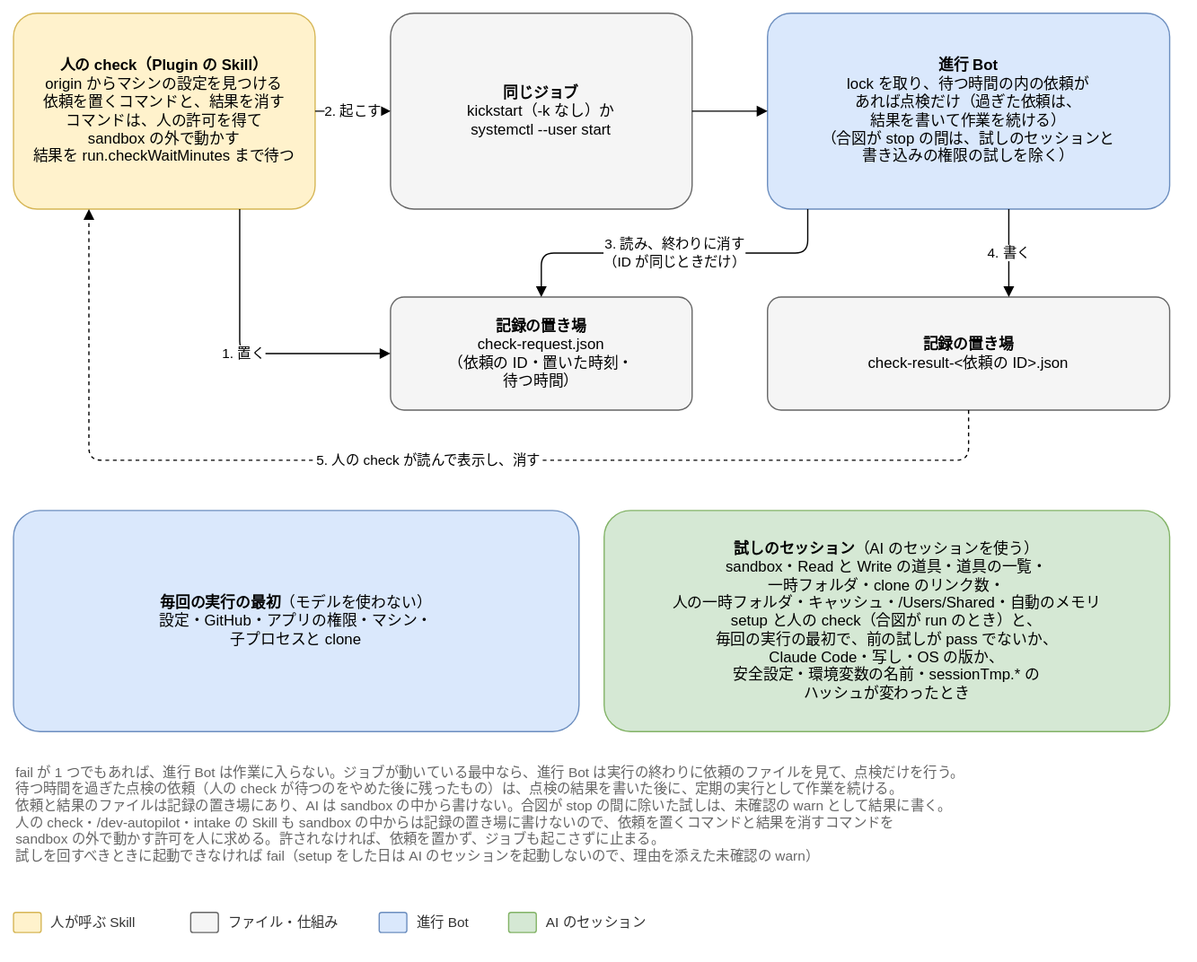
Earlier version of the draw.io export docs/design/basic/diagrams/04-check.drawio.svg (Joymerrevent/dev-autopilot). Source tidied: cells renumbered, new cells last; positions are measured from the earlier drawing's top-left corner, leaving out a move shared by most shapes.
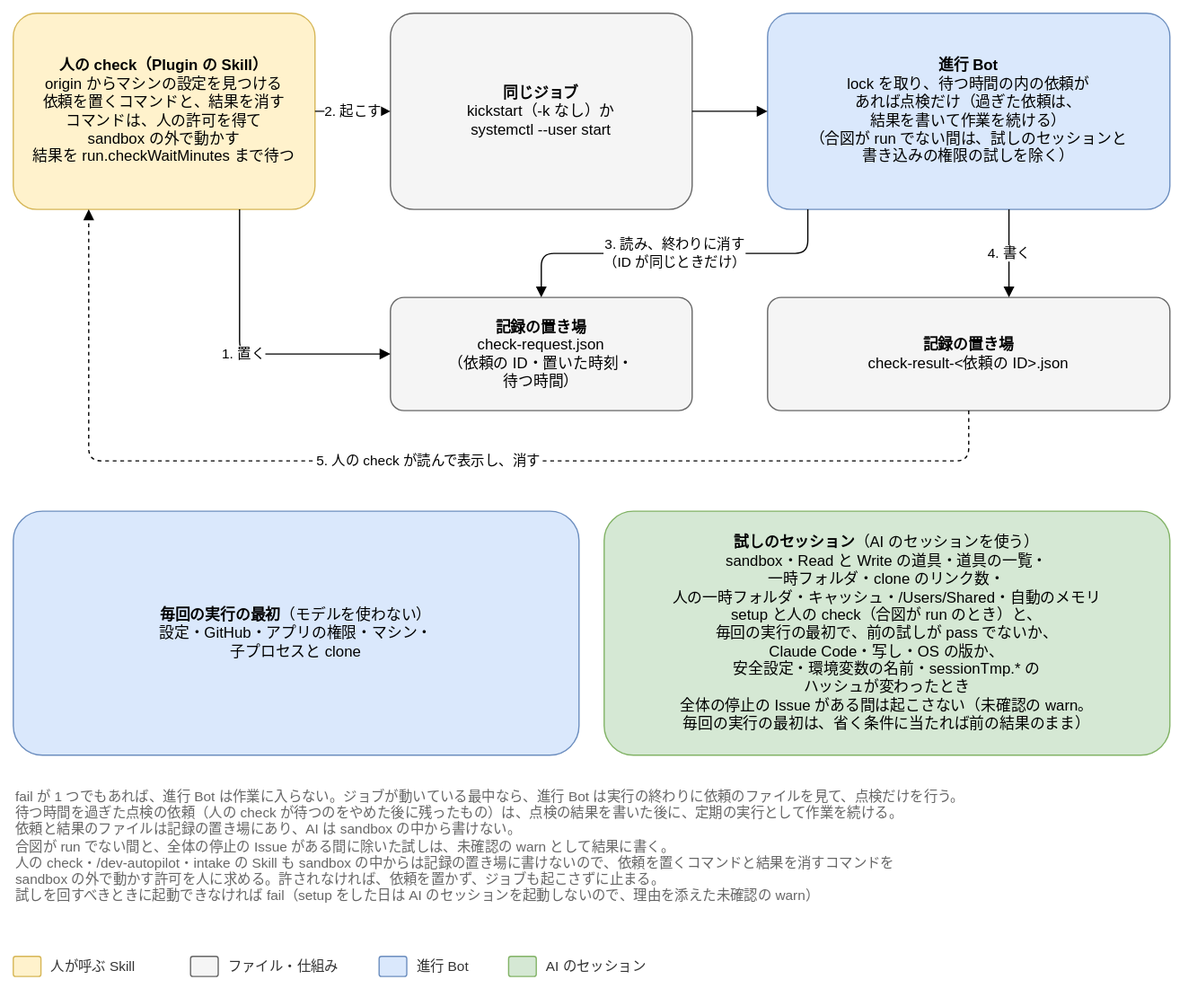
After the change.

Diff of the diagram source:
```diff
@@ -8,7 +8,7 @@
     <mxCell id="3" value="&lt;b&gt;同じジョブ&lt;/b&gt;&lt;br&gt;kickstart（-k なし）か&lt;br&gt;systemctl --user start" style="rounded=1;whiteSpace=wrap;html=1;fontSize=12;arcSize=12;spacing=12;fillColor=#f5f5f5;strokeColor=#666666;" parent="1" vertex="1">
       <mxGeometry x="300" width="240" height="156" as="geometry" />
     </mxCell>
-    <mxCell id="4" value="&lt;b&gt;進行 Bot&lt;/b&gt;&lt;br&gt;lock を取り、待つ時間の内の依頼が&lt;br&gt;あれば点検だけ（過ぎた依頼は、&lt;br&gt;結果を書いて作業を続ける）&lt;br&gt;（合図が stop の間は、試しのセッションと&lt;br&gt;書き込みの権限の試しを除く）" style="rounded=1;whiteSpace=wrap;html=1;fontSize=12;arcSize=12;spacing=12;fillColor=#dae8fc;strokeColor=#6c8ebf;" parent="1" vertex="1">
+    <mxCell id="4" value="&lt;b&gt;進行 Bot&lt;/b&gt;&lt;br&gt;lock を取り、待つ時間の内の依頼が&lt;br&gt;あれば点検だけ（過ぎた依頼は、&lt;br&gt;結果を書いて作業を続ける）&lt;br&gt;（合図が run でない間は、試しのセッションと&lt;br&gt;書き込みの権限の試しを除く）" style="rounded=1;whiteSpace=wrap;html=1;fontSize=12;arcSize=12;spacing=12;fillColor=#dae8fc;strokeColor=#6c8ebf;" parent="1" vertex="1">
       <mxGeometry x="600" width="320" height="156" as="geometry" />
     </mxCell>
     <mxCell id="5" value="&lt;b&gt;記録の置き場&lt;/b&gt;&lt;br&gt;check-request.json&lt;br&gt;（依頼の ID・置いた時刻・&lt;br&gt;待つ時間）" style="rounded=1;whiteSpace=wrap;html=1;fontSize=12;arcSize=12;spacing=12;fillColor=#f5f5f5;strokeColor=#666666;" parent="1" vertex="1">
@@ -46,37 +46,37 @@
       </mxGeometry>
     </mxCell>
     <mxCell id="13" value="&lt;b&gt;毎回の実行の最初&lt;/b&gt;（モデルを使わない）&lt;br&gt;設定・GitHub・アプリの権限・マシン・&lt;br&gt;子プロセスと clone" style="rounded=1;whiteSpace=wrap;html=1;fontSize=12;arcSize=12;spacing=12;fillColor=#dae8fc;strokeColor=#6c8ebf;" parent="1" vertex="1">
-      <mxGeometry y="396" width="450" height="176" as="geometry" />
+      <mxGeometry y="396" width="450" height="194" as="geometry" />
     </mxCell>
-    <mxCell id="14" value="&lt;b&gt;試しのセッション&lt;/b&gt;（AI のセッションを使う）&lt;br&gt;sandbox・Read と Write の道具・道具の一覧・&lt;br&gt;一時フォルダ・clone のリンク数・&lt;br&gt;人の一時フォルダ・キャッシュ・/Users/Shared・自動のメモリ&lt;br&gt;setup と人の check（合図が run のとき）と、&lt;br&gt;毎回の実行の最初で、前の試しが pass でないか、&lt;br&gt;Claude Code・写し・OS の版か、&lt;br&gt;安全設定・環境変数の名前・sessionTmp.* の&lt;br&gt;ハッシュが変わったとき" style="rounded=1;whiteSpace=wrap;html=1;fontSize=12;arcSize=12;spacing=12;fillColor=#d5e8d4;strokeColor=#82b366;" parent="1" vertex="1">
-      <mxGeometry x="470" y="396" width="450" height="176" as="geometry" />
+    <mxCell id="14" value="&lt;b&gt;試しのセッション&lt;/b&gt;（AI のセッションを使う）&lt;br&gt;sandbox・Read と Write の道具・道具の一覧・&lt;br&gt;一時フォルダ・clone のリンク数・&lt;br&gt;人の一時フォルダ・キャッシュ・/Users/Shared・自動のメモリ&lt;br&gt;setup と人の check（合図が run のとき）と、&lt;br&gt;毎回の実行の最初で、前の試しが pass でないか、&lt;br&gt;Claude Code・写し・OS の版か、&lt;br&gt;安全設定・環境変数の名前・sessionTmp.* の&lt;br&gt;ハッシュが変わったとき&lt;br&gt;全体の停止の Issue がある間は起こさない（未確認の warn。&lt;br&gt;毎回の実行の最初は、省く条件に当たれば前の結果のまま）" style="rounded=1;whiteSpace=wrap;html=1;fontSize=12;arcSize=12;spacing=12;fillColor=#d5e8d4;strokeColor=#82b366;" parent="1" vertex="1">
+      <mxGeometry x="470" y="396" width="450" height="194" as="geometry" />
     </mxCell>
-    <mxCell id="15" value="fail が 1 つでもあれば、進行 Bot は作業に入らない。ジョブが動いている最中なら、進行 Bot は実行の終わりに依頼のファイルを見て、点検だけを行う。&lt;br&gt;待つ時間を過ぎた点検の依頼（人の check が待つのをやめた後に残ったもの）は、点検の結果を書いた後に、定期の実行として作業を続ける。&lt;br&gt;依頼と結果のファイルは記録の置き場にあり、AI は sandbox の中から書けない。合図が stop の間に除いた試しは、未確認の warn として結果に書く。&lt;br&gt;人の check・/dev-autopilot・intake の Skill も sandbox の中からは記録の置き場に書けないので、依頼を置くコマンドと結果を消すコマンドを&lt;br&gt;sandbox の外で動かす許可を人に求める。許されなければ、依頼を置かず、ジョブも起こさずに止まる。&lt;br&gt;試しを回すべきときに起動できなければ fail（setup をした日は AI のセッションを起動しないので、理由を添えた未確認の warn）" style="text;html=1;whiteSpace=wrap;align=left;verticalAlign=top;fontSize=11;fontColor=#666666;" parent="1" vertex="1">
-      <mxGeometry y="592" width="920" height="106" as="geometry" />
+    <mxCell id="15" value="fail が 1 つでもあれば、進行 Bot は作業に入らない。ジョブが動いている最中なら、進行 Bot は実行の終わりに依頼のファイルを見て、点検だけを行う。&lt;br&gt;待つ時間を過ぎた点検の依頼（人の check が待つのをやめた後に残ったもの）は、点検の結果を書いた後に、定期の実行として作業を続ける。&lt;br&gt;依頼と結果のファイルは記録の置き場にあり、AI は sandbox の中から書けない。&lt;br&gt;合図が run でない間と、全体の停止の Issue がある間に除いた試しは、未確認の warn として結果に書く。&lt;br&gt;人の check・/dev-autopilot・intake の Skill も sandbox の中からは記録の置き場に書けないので、依頼を置くコマンドと結果を消すコマンドを&lt;br&gt;sandbox の外で動かす許可を人に求める。許されなければ、依頼を置かず、ジョブも起こさずに止まる。&lt;br&gt;試しを回すべきときに起動できなければ fail（setup をした日は AI のセッションを起動しないので、理由を添えた未確認の warn）" style="text;html=1;whiteSpace=wrap;align=left;verticalAlign=top;fontSize=11;fontColor=#666666;" parent="1" vertex="1">
+      <mxGeometry y="610" width="920" height="122" as="geometry" />
     </mxCell>
     <mxCell id="16" style="rounded=1;whiteSpace=wrap;html=1;fontSize=12;arcSize=12;spacing=12;fillColor=#fff2cc;strokeColor=#d6b656;" parent="1" vertex="1">
-      <mxGeometry y="716" width="22" height="16" as="geometry" />
+      <mxGeometry y="750" width="22" height="16" as="geometry" />
     </mxCell>
     <mxCell id="17" value="人が呼ぶ Skill" style="text;html=1;align=left;verticalAlign=middle;fontSize=11;fontColor=#333333;" parent="1" vertex="1">
-      <mxGeometry x="28" y="714" width="97" height="20" as="geometry" />
+      <mxGeometry x="28" y="748" width="97" height="20" as="geometry" />
     </mxCell>
     <mxCell id="18" style="rounded=1;whiteSpace=wrap;html=1;fontSize=12;arcSize=12;spacing=12;fillColor=#f5f5f5;strokeColor=#666666;" parent="1" vertex="1">
-      <mxGeometry x="141" y="716" width="22" height="16" as="geometry" />
+      <mxGeometry x="141" y="750" width="22" height="16" as="geometry" />
     </mxCell>
     <mxCell id="19" value="ファイル・仕組み" style="text;html=1;align=left;verticalAlign=middle;fontSize=11;fontColor=#333333;" parent="1" vertex="1">
-      <mxGeometry x="169" y="714" width="106" height="20" as="geometry" />
+      <mxGeometry x="169" y="748" width="106" height="20" as="geometry" />
     </mxCell>
     <mxCell id="20" style="rounded=1;whiteSpace=wrap;html=1;fontSize=12;arcSize=12;spacing=12;fillColor=#dae8fc;strokeColor=#6c8ebf;" parent="1" vertex="1">
-      <mxGeometry x="291" y="716" width="22" height="16" as="geometry" />
+      <mxGeometry x="291" y="750" width="22" height="16" as="geometry" />
     </mxCell>
     <mxCell id="21" value="進行 Bot" style="text;html=1;align=left;verticalAlign=middle;fontSize=11;fontColor=#333333;" parent="1" vertex="1">
-      <mxGeometry x="319" y="714" width="59" height="20" as="geometry" />
+      <mxGeometry x="319" y="748" width="59" height="20" as="geometry" />
     </mxCell>
     <mxCell id="22" style="rounded=1;whiteSpace=wrap;html=1;fontSize=12;arcSize=12;spacing=12;fillColor=#d5e8d4;strokeColor=#82b366;" parent="1" vertex="1">
-      <mxGeometry x="394" y="716" width="22" height="16" as="geometry" />
+      <mxGeometry x="394" y="750" width="22" height="16" as="geometry" />
     </mxCell>
     <mxCell id="23" value="AI のセッション" style="text;html=1;align=left;verticalAlign=middle;fontSize=11;fontColor=#333333;" parent="1" vertex="1">
-      <mxGeometry x="422" y="714" width="100" height="20" as="geometry" />
+      <mxGeometry x="422" y="748" width="100" height="20" as="geometry" />
     </mxCell>
   </root>
 </mxGraphModel>
```
